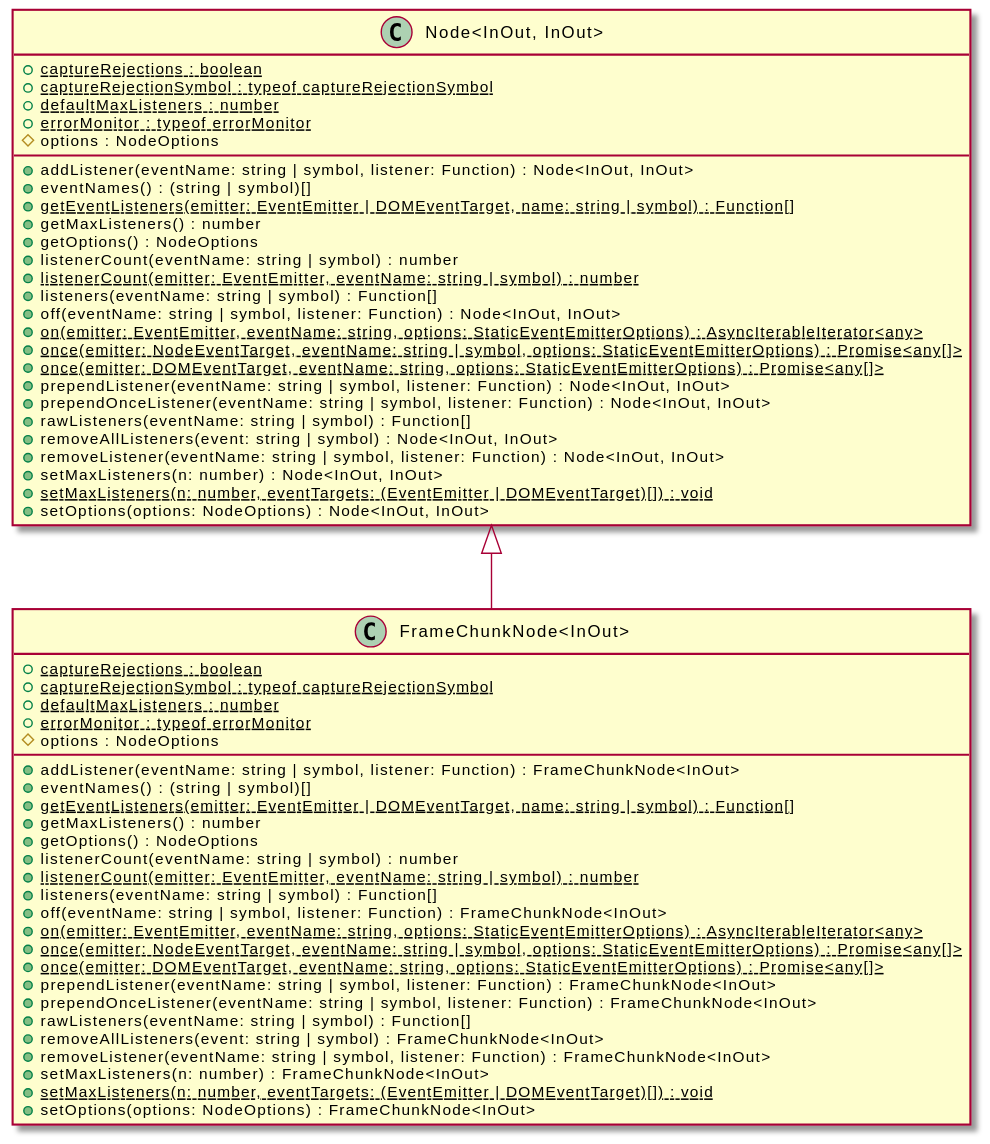
This is assets/FrameChunkNode-umlClassDiagram-11187.svg from OpenHPS/openhps-core, a PlantUML export, as it was before one commit. Source of this version:
```plantuml
@startuml
skinparam BackgroundColor transparent
hide empty methods
hide empty fields
class "FrameChunkNode<InOut>" {
    {static} +captureRejections : boolean
    {static} +captureRejectionSymbol : typeof captureRejectionSymbol
    {static} +defaultMaxListeners : number
    {static} +errorMonitor : typeof errorMonitor
    #options : NodeOptions
    +addListener(eventName: string | symbol, listener: Function) : FrameChunkNode<InOut>
    +eventNames() : (string | symbol)[]
    {static} +getEventListeners(emitter: EventEmitter | DOMEventTarget, name: string | symbol) : Function[]
    +getMaxListeners() : number
    +getOptions() : NodeOptions
    +listenerCount(eventName: string | symbol) : number
    {static} +listenerCount(emitter: EventEmitter, eventName: string | symbol) : number
    +listeners(eventName: string | symbol) : Function[]
    +off(eventName: string | symbol, listener: Function) : FrameChunkNode<InOut>
    {static} +on(emitter: EventEmitter, eventName: string, options: StaticEventEmitterOptions) : AsyncIterableIterator<any>
    {static} +once(emitter: NodeEventTarget, eventName: string | symbol, options: StaticEventEmitterOptions) : Promise<any[]>
    {static} +once(emitter: DOMEventTarget, eventName: string, options: StaticEventEmitterOptions) : Promise<any[]>
    +prependListener(eventName: string | symbol, listener: Function) : FrameChunkNode<InOut>
    +prependOnceListener(eventName: string | symbol, listener: Function) : FrameChunkNode<InOut>
    +rawListeners(eventName: string | symbol) : Function[]
    +removeAllListeners(event: string | symbol) : FrameChunkNode<InOut>
    +removeListener(eventName: string | symbol, listener: Function) : FrameChunkNode<InOut>
    +setMaxListeners(n: number) : FrameChunkNode<InOut>
    {static} +setMaxListeners(n: number, eventTargets: (EventEmitter | DOMEventTarget)[]) : void
    +setOptions(options: NodeOptions) : FrameChunkNode<InOut>
}
class "Node<InOut, InOut>" {
    {static} +captureRejections : boolean
    {static} +captureRejectionSymbol : typeof captureRejectionSymbol
    {static} +defaultMaxListeners : number
    {static} +errorMonitor : typeof errorMonitor
    #options : NodeOptions
    +addListener(eventName: string | symbol, listener: Function) : Node<InOut, InOut>
    +eventNames() : (string | symbol)[]
    {static} +getEventListeners(emitter: EventEmitter | DOMEventTarget, name: string | symbol) : Function[]
    +getMaxListeners() : number
    +getOptions() : NodeOptions
    +listenerCount(eventName: string | symbol) : number
    {static} +listenerCount(emitter: EventEmitter, eventName: string | symbol) : number
    +listeners(eventName: string | symbol) : Function[]
    +off(eventName: string | symbol, listener: Function) : Node<InOut, InOut>
    {static} +on(emitter: EventEmitter, eventName: string, options: StaticEventEmitterOptions) : AsyncIterableIterator<any>
    {static} +once(emitter: NodeEventTarget, eventName: string | symbol, options: StaticEventEmitterOptions) : Promise<any[]>
    {static} +once(emitter: DOMEventTarget, eventName: string, options: StaticEventEmitterOptions) : Promise<any[]>
    +prependListener(eventName: string | symbol, listener: Function) : Node<InOut, InOut>
    +prependOnceListener(eventName: string | symbol, listener: Function) : Node<InOut, InOut>
    +rawListeners(eventName: string | symbol) : Function[]
    +removeAllListeners(event: string | symbol) : Node<InOut, InOut>
    +removeListener(eventName: string | symbol, listener: Function) : Node<InOut, InOut>
    +setMaxListeners(n: number) : Node<InOut, InOut>
    {static} +setMaxListeners(n: number, eventTargets: (EventEmitter | DOMEventTarget)[]) : void
    +setOptions(options: NodeOptions) : Node<InOut, InOut>
}
"Node<InOut, InOut>" <|-- "FrameChunkNode<InOut>"
@enduml
```
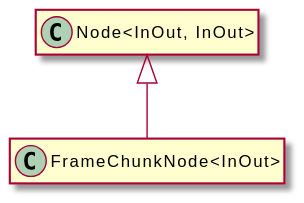
The same diagram one commit later.

The edit, as a diff of the source:
```diff
@@ -3,58 +3,8 @@
 hide empty methods
 hide empty fields
 class "FrameChunkNode<InOut>" {
-    {static} +captureRejections : boolean
-    {static} +captureRejectionSymbol : typeof captureRejectionSymbol
-    {static} +defaultMaxListeners : number
-    {static} +errorMonitor : typeof errorMonitor
-    #options : NodeOptions
-    +addListener(eventName: string | symbol, listener: Function) : FrameChunkNode<InOut>
-    +eventNames() : (string | symbol)[]
-    {static} +getEventListeners(emitter: EventEmitter | DOMEventTarget, name: string | symbol) : Function[]
-    +getMaxListeners() : number
-    +getOptions() : NodeOptions
-    +listenerCount(eventName: string | symbol) : number
-    {static} +listenerCount(emitter: EventEmitter, eventName: string | symbol) : number
-    +listeners(eventName: string | symbol) : Function[]
-    +off(eventName: string | symbol, listener: Function) : FrameChunkNode<InOut>
-    {static} +on(emitter: EventEmitter, eventName: string, options: StaticEventEmitterOptions) : AsyncIterableIterator<any>
-    {static} +once(emitter: NodeEventTarget, eventName: string | symbol, options: StaticEventEmitterOptions) : Promise<any[]>
-    {static} +once(emitter: DOMEventTarget, eventName: string, options: StaticEventEmitterOptions) : Promise<any[]>
-    +prependListener(eventName: string | symbol, listener: Function) : FrameChunkNode<InOut>
-    +prependOnceListener(eventName: string | symbol, listener: Function) : FrameChunkNode<InOut>
-    +rawListeners(eventName: string | symbol) : Function[]
-    +removeAllListeners(event: string | symbol) : FrameChunkNode<InOut>
-    +removeListener(eventName: string | symbol, listener: Function) : FrameChunkNode<InOut>
-    +setMaxListeners(n: number) : FrameChunkNode<InOut>
-    {static} +setMaxListeners(n: number, eventTargets: (EventEmitter | DOMEventTarget)[]) : void
-    +setOptions(options: NodeOptions) : FrameChunkNode<InOut>
 }
 class "Node<InOut, InOut>" {
-    {static} +captureRejections : boolean
-    {static} +captureRejectionSymbol : typeof captureRejectionSymbol
-    {static} +defaultMaxListeners : number
-    {static} +errorMonitor : typeof errorMonitor
-    #options : NodeOptions
-    +addListener(eventName: string | symbol, listener: Function) : Node<InOut, InOut>
-    +eventNames() : (string | symbol)[]
-    {static} +getEventListeners(emitter: EventEmitter | DOMEventTarget, name: string | symbol) : Function[]
-    +getMaxListeners() : number
-    +getOptions() : NodeOptions
-    +listenerCount(eventName: string | symbol) : number
-    {static} +listenerCount(emitter: EventEmitter, eventName: string | symbol) : number
-    +listeners(eventName: string | symbol) : Function[]
-    +off(eventName: string | symbol, listener: Function) : Node<InOut, InOut>
-    {static} +on(emitter: EventEmitter, eventName: string, options: StaticEventEmitterOptions) : AsyncIterableIterator<any>
-    {static} +once(emitter: NodeEventTarget, eventName: string | symbol, options: StaticEventEmitterOptions) : Promise<any[]>
-    {static} +once(emitter: DOMEventTarget, eventName: string, options: StaticEventEmitterOptions) : Promise<any[]>
-    +prependListener(eventName: string | symbol, listener: Function) : Node<InOut, InOut>
-    +prependOnceListener(eventName: string | symbol, listener: Function) : Node<InOut, InOut>
-    +rawListeners(eventName: string | symbol) : Function[]
-    +removeAllListeners(event: string | symbol) : Node<InOut, InOut>
-    +removeListener(eventName: string | symbol, listener: Function) : Node<InOut, InOut>
-    +setMaxListeners(n: number) : Node<InOut, InOut>
-    {static} +setMaxListeners(n: number, eventTargets: (EventEmitter | DOMEventTarget)[]) : void
-    +setOptions(options: NodeOptions) : Node<InOut, InOut>
 }
 "Node<InOut, InOut>" <|-- "FrameChunkNode<InOut>"
 @enduml
```
